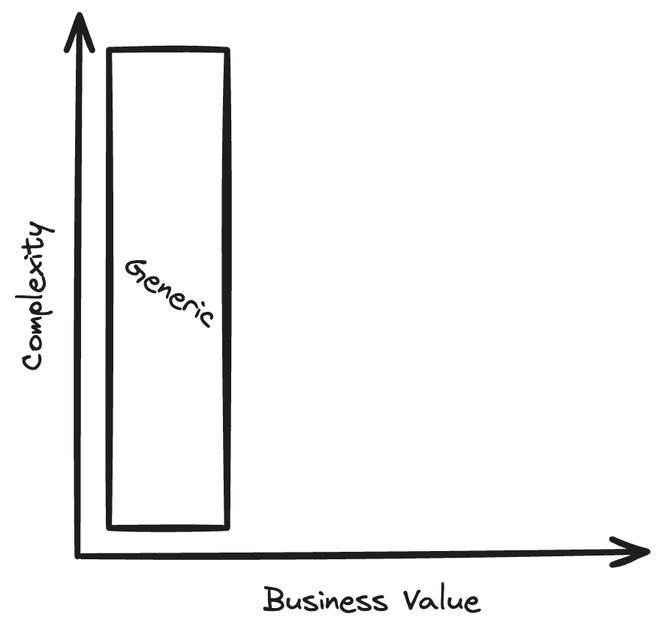
The Excalidraw diagram assets/core-domain-model-2.png in wicked539/0-2x-engineer, before a commit. Source tidied: one line per element, renumbered; positions are measured from the earlier drawing's top-left corner, leaving out a move shared by most shapes. Source of this version:
```json
{"id": 0, "type": "arrow", "strokeColor": "#1e1e1e", "backgroundColor": "#ffc9c9", "fillStyle": "hachure", "strokeWidth": 4, "roughness": 1, "endArrowhead": "arrow", "x": 78, "y": 361, "width": 1, "height": 361, "points": [[0, 0], [1, -361]]}
{"id": 1, "type": "text", "text": "Complexity", "strokeColor": "#1e1e1e", "angle": 4.72, "backgroundColor": "#ffc9c9", "fillStyle": "hachure", "strokeWidth": 4, "roughness": 1, "fontSize": 20, "fontFamily": 1, "x": 0, "y": 175, "width": 99, "height": 25}
{"id": 2, "type": "arrow", "strokeColor": "#1e1e1e", "backgroundColor": "#ffc9c9", "fillStyle": "hachure", "strokeWidth": 4, "roughness": 1, "endArrowhead": "arrow", "x": 81, "y": 361, "width": 377, "height": 3, "points": [[0, 0], [377, -3]]}
{"id": 3, "type": "text", "text": "Business Value", "strokeColor": "#1e1e1e", "angle": 6.28, "backgroundColor": "#ffc9c9", "fillStyle": "hachure", "strokeWidth": 4, "roughness": 1, "fontSize": 20, "fontFamily": 1, "x": 202, "y": 379, "width": 144, "height": 25}
{"id": 4, "type": "rectangle", "strokeColor": "#1e1e1e", "strokeWidth": 4, "roughness": 1, "x": 99, "y": 23, "width": 79, "height": 319}
{"id": 5, "type": "text", "text": "Generic", "strokeColor": "#1e1e1e", "angle": 0.58, "strokeWidth": 4, "roughness": 1, "fontSize": 20, "fontFamily": 1, "x": 105, "y": 172, "width": 70, "height": 25}
```
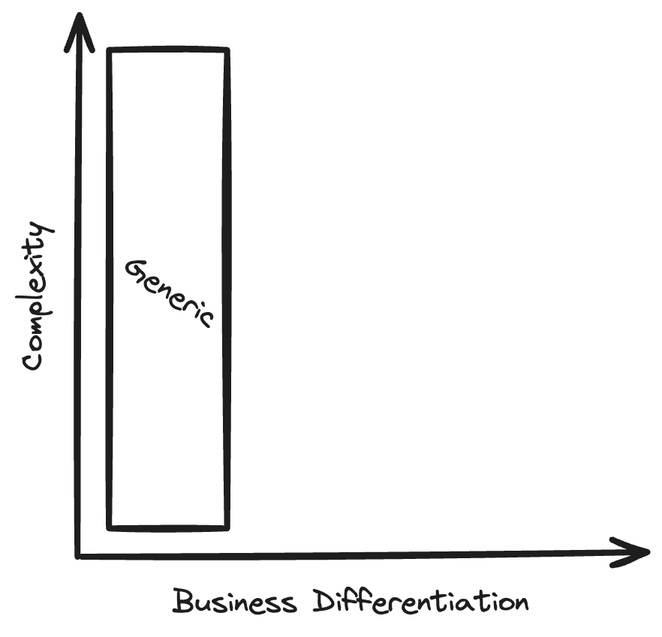
After the change.

Commit message:
update core domain graphic

Diff of the diagram source:
```diff
@@ -1,6 +1,6 @@
 {"id": 0, "type": "arrow", "strokeColor": "#1e1e1e", "backgroundColor": "#ffc9c9", "fillStyle": "hachure", "strokeWidth": 4, "roughness": 1, "endArrowhead": "arrow", "x": 78, "y": 361, "width": 1, "height": 361, "points": [[0, 0], [1, -361]]}
 {"id": 1, "type": "text", "text": "Complexity", "strokeColor": "#1e1e1e", "angle": 4.72, "backgroundColor": "#ffc9c9", "fillStyle": "hachure", "strokeWidth": 4, "roughness": 1, "fontSize": 20, "fontFamily": 1, "x": 0, "y": 175, "width": 99, "height": 25}
 {"id": 2, "type": "arrow", "strokeColor": "#1e1e1e", "backgroundColor": "#ffc9c9", "fillStyle": "hachure", "strokeWidth": 4, "roughness": 1, "endArrowhead": "arrow", "x": 81, "y": 361, "width": 377, "height": 3, "points": [[0, 0], [377, -3]]}
-{"id": 3, "type": "text", "text": "Business Value", "strokeColor": "#1e1e1e", "angle": 6.28, "backgroundColor": "#ffc9c9", "fillStyle": "hachure", "strokeWidth": 4, "roughness": 1, "fontSize": 20, "fontFamily": 1, "x": 202, "y": 379, "width": 144, "height": 25}
+{"id": 3, "type": "text", "text": "Business Differentiation", "strokeColor": "#1e1e1e", "angle": 6.28, "backgroundColor": "#ffc9c9", "fillStyle": "hachure", "strokeWidth": 4, "roughness": 1, "fontSize": 20, "fontFamily": 1, "x": 142, "y": 379, "width": 237, "height": 25}
 {"id": 4, "type": "rectangle", "strokeColor": "#1e1e1e", "strokeWidth": 4, "roughness": 1, "x": 99, "y": 23, "width": 79, "height": 319}
 {"id": 5, "type": "text", "text": "Generic", "strokeColor": "#1e1e1e", "angle": 0.58, "strokeWidth": 4, "roughness": 1, "fontSize": 20, "fontFamily": 1, "x": 105, "y": 172, "width": 70, "height": 25}
```
